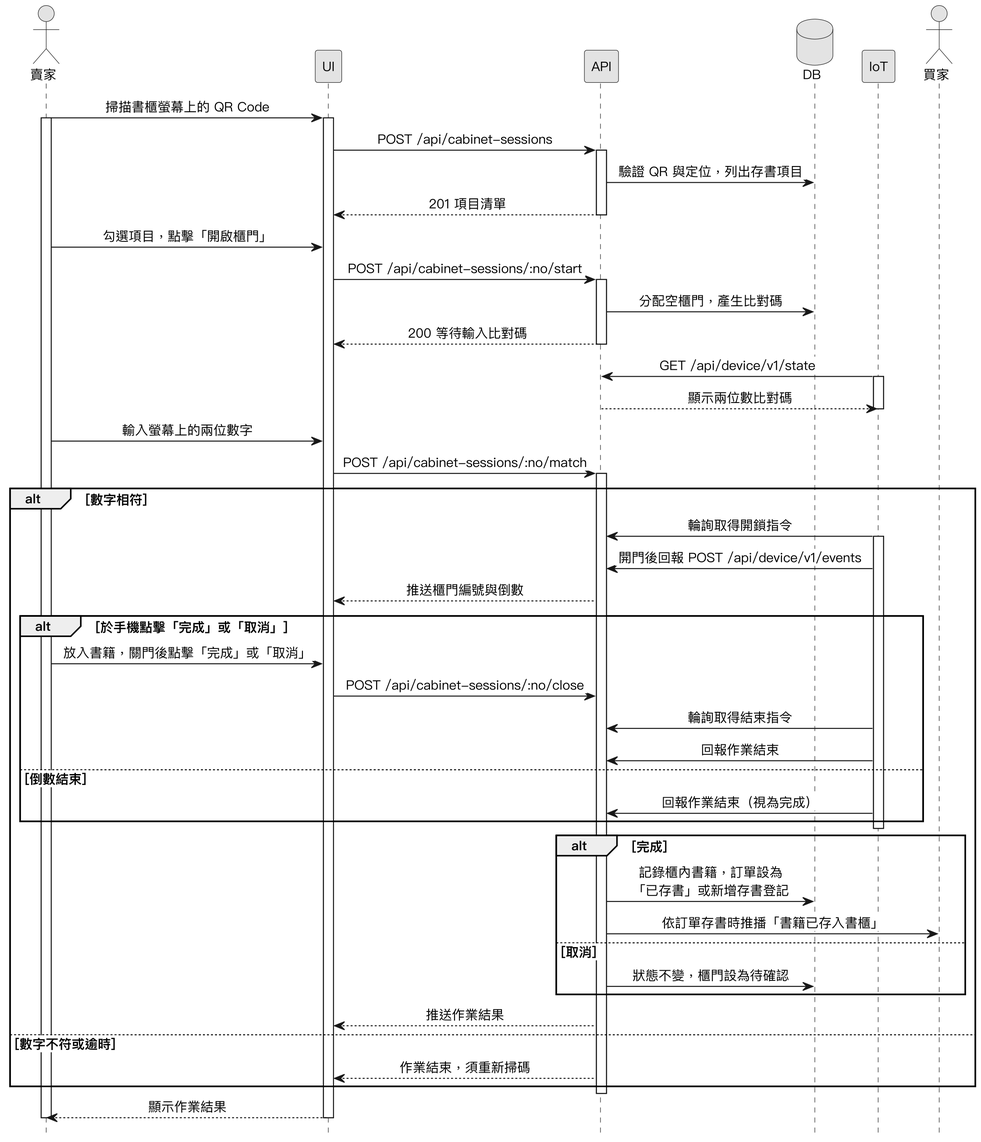
SaveMyBook/SaveMyBook keeps this PlantUML diagram as Diagrams/Sequence Diagrams/v3/seq_deposit.png. Above is the earlier version. Source of this version:
```plantuml
@startuml
skinparam monochrome true
skinparam shadowing false
skinparam dpi 220
skinparam defaultFontName "PingFang TC"
skinparam defaultFontSize 13
skinparam sequenceMessageAlign center
skinparam ParticipantPadding 18
hide footbox

actor 賣家
participant UI
participant API
database DB
participant IoT
actor 買家

賣家 -> UI : 掃描書櫃螢幕上的 QR Code
activate 賣家
activate UI
UI -> API : POST /api/cabinet-sessions
activate API
API -> DB : 驗證 QR 與定位，列出存書項目
API --> UI : 201 項目清單
deactivate API
賣家 -> UI : 勾選項目，點擊「開啟櫃門」
UI -> API : POST /api/cabinet-sessions/:no/start
activate API
API -> DB : 分配空櫃門，產生比對碼
API --> UI : 200 等待輸入比對碼
deactivate API
IoT -> API : GET /api/device/v1/state
activate IoT
API --> IoT : 顯示兩位數比對碼
deactivate IoT
賣家 -> UI : 輸入螢幕上的兩位數字
UI -> API : POST /api/cabinet-sessions/:no/match
activate API
alt 數字相符
  IoT -> API : 輪詢取得開鎖指令
  activate IoT
  IoT -> API : 開門後回報 POST /api/device/v1/events
  API --> UI : 推送櫃門編號與倒數
  alt 於手機點擊「完成」或「取消」
    賣家 -> UI : 放入書籍，關門後點擊「完成」或「取消」
    UI -> API : POST /api/cabinet-sessions/:no/close
    IoT -> API : 輪詢取得結束指令
    IoT -> API : 回報作業結束
  else 倒數結束
    IoT -> API : 回報作業結束（視為完成）
  end
  deactivate IoT
  alt 完成
    API -> DB : 記錄櫃內書籍，訂單設為\n「已存書」或新增存書登記
    API -> 買家 : 依訂單存書時推播「書籍已存入書櫃」
  else 取消
    API -> DB : 狀態不變，櫃門設為待確認
  end
  API --> UI : 推送作業結果
else 數字不符或逾時
  API --> UI : 作業結束，須重新掃碼
end
deactivate API
UI --> 賣家 : 顯示作業結果
deactivate UI
deactivate 賣家
@enduml
```
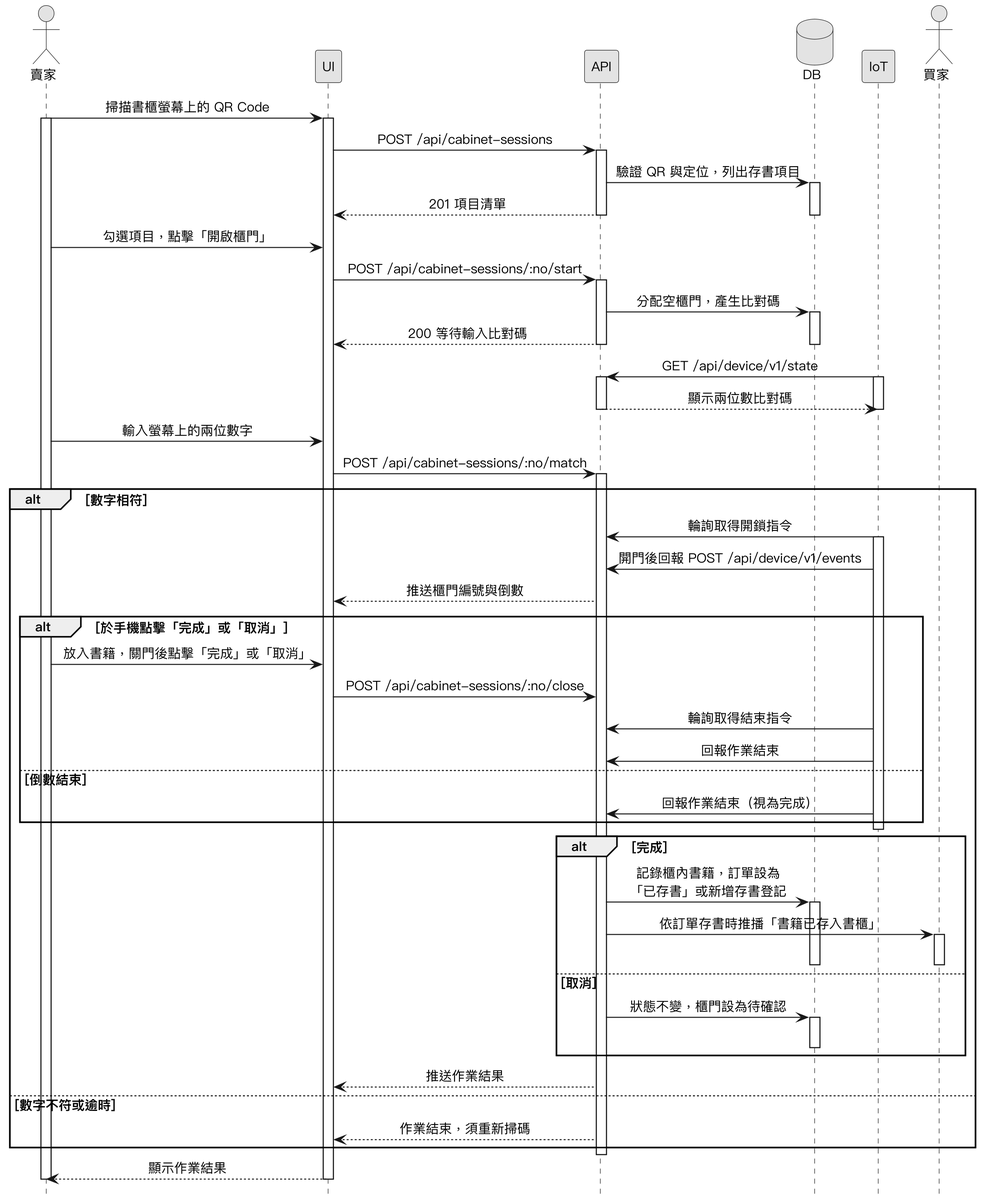
The same diagram one commit later.

What changed in the source:
```diff
@@ -21,17 +21,23 @@
 UI -> API : POST /api/cabinet-sessions
 activate API
 API -> DB : 驗證 QR 與定位，列出存書項目
+activate DB
 API --> UI : 201 項目清單
+deactivate DB
 deactivate API
 賣家 -> UI : 勾選項目，點擊「開啟櫃門」
 UI -> API : POST /api/cabinet-sessions/:no/start
 activate API
 API -> DB : 分配空櫃門，產生比對碼
+activate DB
 API --> UI : 200 等待輸入比對碼
+deactivate DB
 deactivate API
 IoT -> API : GET /api/device/v1/state
+activate API
 activate IoT
 API --> IoT : 顯示兩位數比對碼
+deactivate API
 deactivate IoT
 賣家 -> UI : 輸入螢幕上的兩位數字
 UI -> API : POST /api/cabinet-sessions/:no/match
@@ -52,9 +58,13 @@
   deactivate IoT
   alt 完成
     API -> DB : 記錄櫃內書籍，訂單設為\n「已存書」或新增存書登記
-    API -> 買家 : 依訂單存書時推播「書籍已存入書櫃」
+    activate DB
+    API -> 買家 ++ : 依訂單存書時推播「書籍已存入書櫃」
+    deactivate DB
+    deactivate 買家
   else 取消
-    API -> DB : 狀態不變，櫃門設為待確認
+    API -> DB ++ : 狀態不變，櫃門設為待確認
+    deactivate DB
   end
   API --> UI : 推送作業結果
 else 數字不符或逾時
```
